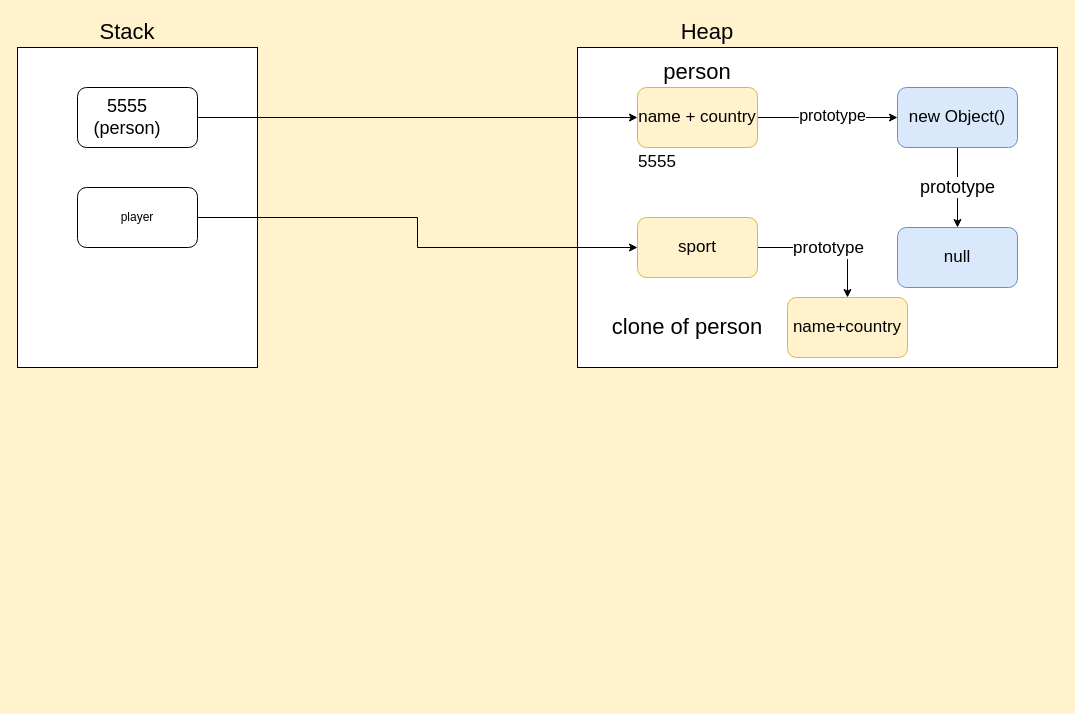
Before: Supporting Docs/Bajaj_Fin_Jan_24.drawio in SumeetWajpe/Bajaj_Fin_MERN_Jan_24, a draw.io diagram. Source tidied: cells renumbered, new cells numbered last; positions are measured from the earlier drawing's top-left corner, leaving out a move shared by most shapes. Both pictures are drawn from the tidied source at 100%, with x=0, y=0 at pixel (17, 17).
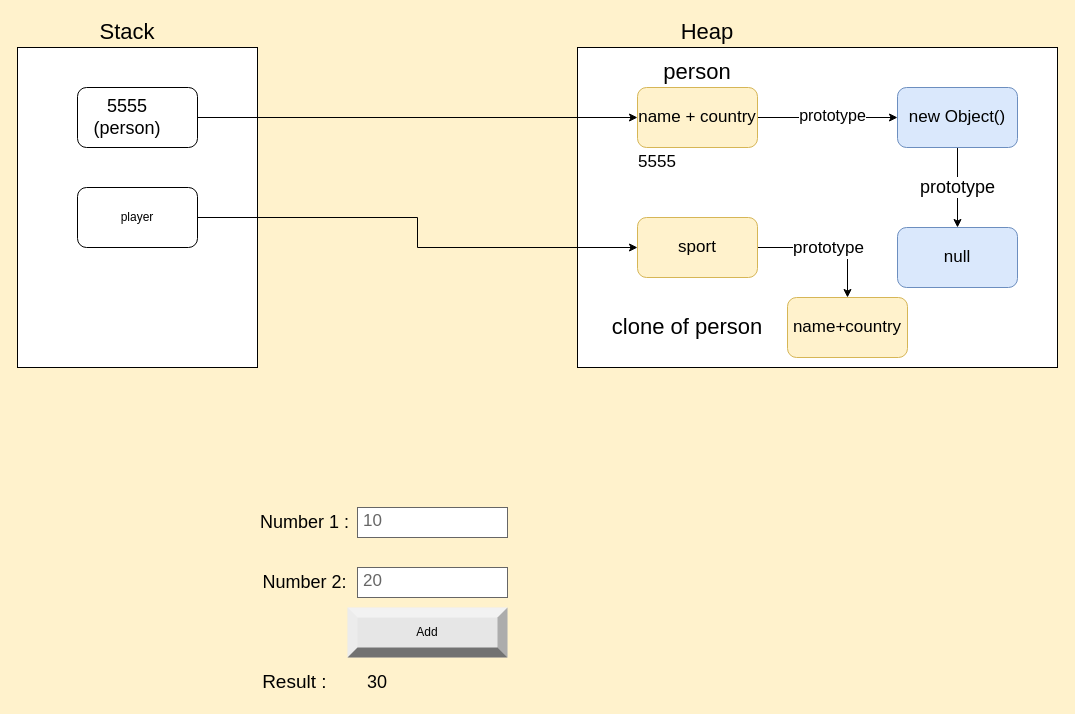
The same page after the edit.

What changed in the source:
```diff
@@
+    <mxCell id="24" value="10" style="strokeWidth=1;shadow=0;dashed=0;align=center;html=1;shape=mxgraph.mockup.text.textBox;fontColor=#666666;align=left;fontSize=17;spacingLeft=4;spacingTop=-3;whiteSpace=wrap;strokeColor=#666666;mainText=;" parent="1" vertex="1">
+      <mxGeometry x="340" y="490" width="150" height="30" as="geometry" />
+    </mxCell>
+    <mxCell id="25" value="Number 1 :&amp;nbsp;" style="text;html=1;strokeColor=none;fillColor=none;align=center;verticalAlign=middle;whiteSpace=wrap;rounded=0;fontSize=18;" parent="1" vertex="1">
+      <mxGeometry x="240" y="490" width="100" height="30" as="geometry" />
+    </mxCell>
+    <mxCell id="26" value="20" style="strokeWidth=1;shadow=0;dashed=0;align=center;html=1;shape=mxgraph.mockup.text.textBox;fontColor=#666666;align=left;fontSize=17;spacingLeft=4;spacingTop=-3;whiteSpace=wrap;strokeColor=#666666;mainText=;" parent="1" vertex="1">
+      <mxGeometry x="340" y="550" width="150" height="30" as="geometry" />
+    </mxCell>
+    <mxCell id="27" value="Number 2:&amp;nbsp;" style="text;html=1;strokeColor=none;fillColor=none;align=center;verticalAlign=middle;whiteSpace=wrap;rounded=0;fontSize=18;" parent="1" vertex="1">
+      <mxGeometry x="240" y="550" width="100" height="30" as="geometry" />
+    </mxCell>
+    <mxCell id="28" value="Result :&amp;nbsp;" style="text;html=1;strokeColor=none;fillColor=none;align=center;verticalAlign=middle;whiteSpace=wrap;rounded=0;fontSize=19;" parent="1" vertex="1">
+      <mxGeometry x="220" y="650" width="120" height="30" as="geometry" />
+    </mxCell>
+    <mxCell id="29" value="Add" style="labelPosition=center;verticalLabelPosition=middle;align=center;html=1;shape=mxgraph.basic.shaded_button;dx=10;fillColor=#E6E6E6;strokeColor=none;whiteSpace=wrap;" parent="1" vertex="1">
+      <mxGeometry x="330" y="590" width="160" height="50" as="geometry" />
+    </mxCell>
+    <mxCell id="30" value="30" style="text;html=1;strokeColor=none;fillColor=none;align=center;verticalAlign=middle;whiteSpace=wrap;rounded=0;fontSize=18;" parent="1" vertex="1">
+      <mxGeometry x="330" y="650" width="60" height="30" as="geometry" />
+    </mxCell>
```
